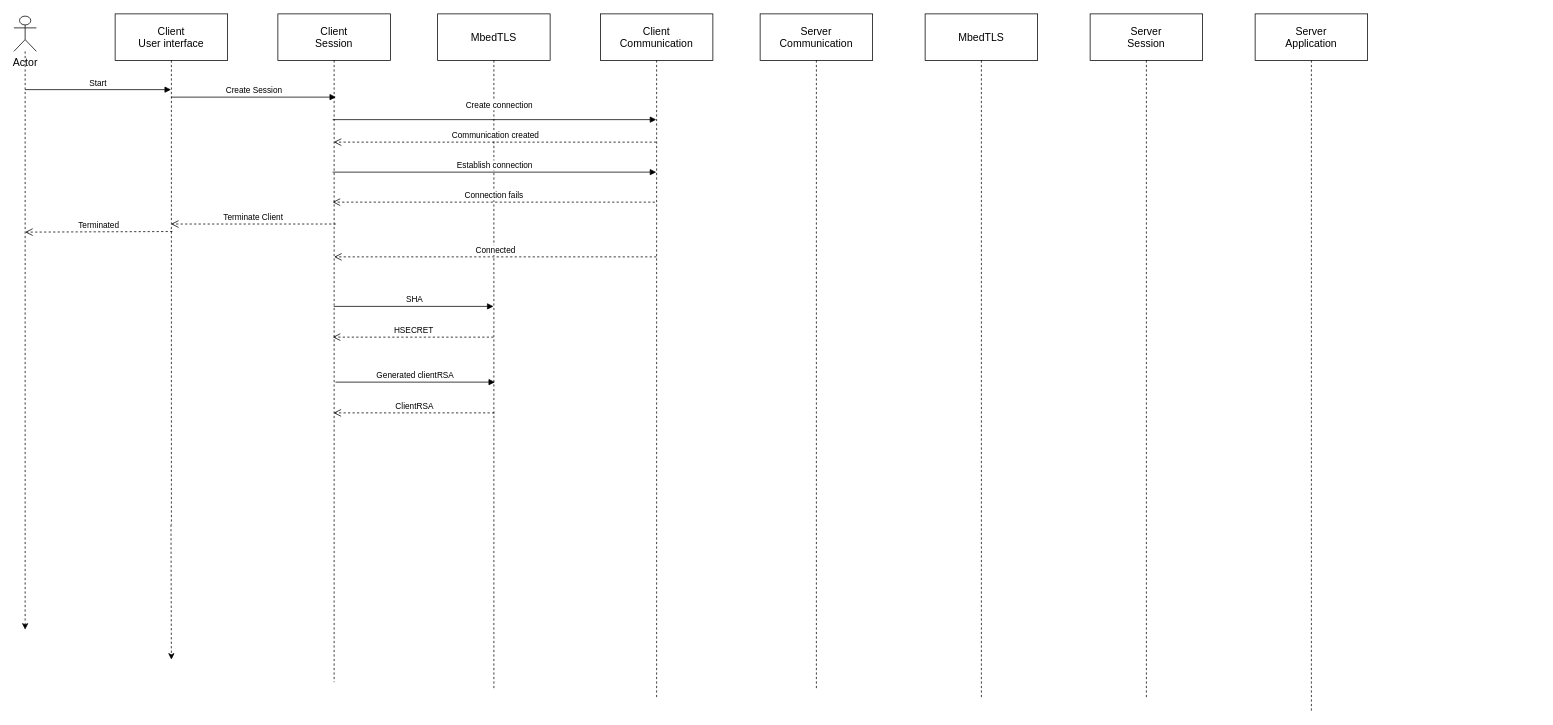
Above: docs/system_sequence_diagram.drawio in pernillamoreno/Exam-Security-Project (draw.io), before the change. Source tidied: cells renumbered, new cells numbered last; positions are measured from the earlier drawing's top-left corner, leaving out a move shared by most shapes. Both pictures are drawn from the tidied source at 75%, with x=0, y=0 at pixel (14, 14).
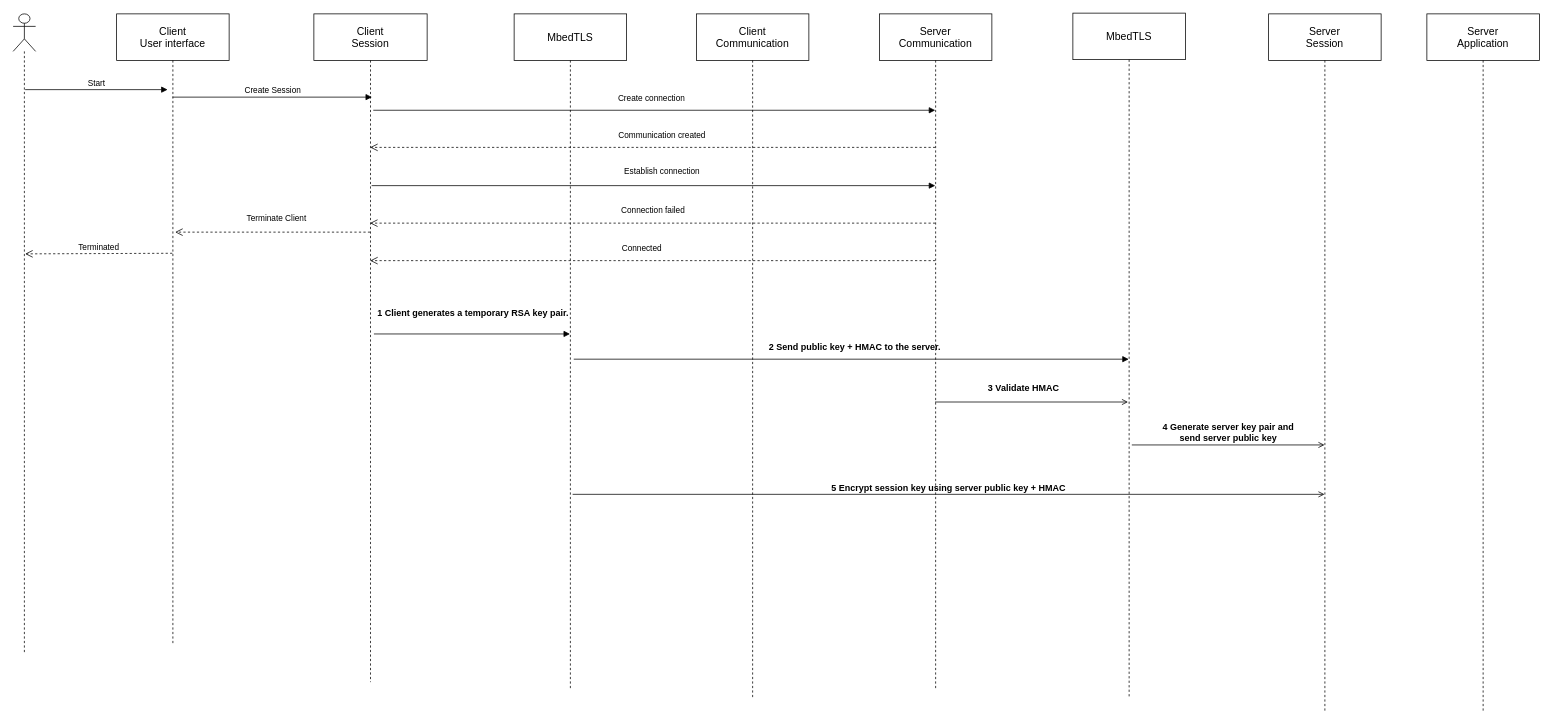
The same diagram, later.

Commit message:
add to sequence diagram

What changed in the source:
```diff
@@
-    <mxCell id="2" style="edgeStyle=none;html=1;dashed=1;" parent="1" edge="1" source="3">
-      <mxGeometry relative="1" as="geometry">
-        <mxPoint x="210" y="861" as="targetPoint" />
-      </mxGeometry>
-    </mxCell>
     <mxCell id="3" value="&lt;font style=&quot;font-size: 14px;&quot;&gt;Client&lt;br&gt;User interface&lt;br&gt;&lt;/font&gt;" style="shape=umlLifeline;perimeter=lifelinePerimeter;whiteSpace=wrap;html=1;outlineConnect=0;size=62;" parent="1" vertex="1">
-      <mxGeometry x="135" width="150" height="681" as="geometry" />
+      <mxGeometry x="137" width="150" height="841" as="geometry" />
     </mxCell>
     <mxCell id="4" value="&lt;font style=&quot;font-size: 14px;&quot;&gt;Client&lt;br&gt;Session&lt;/font&gt;" style="shape=umlLifeline;perimeter=lifelinePerimeter;whiteSpace=wrap;html=1;outlineConnect=0;size=62;" parent="1" vertex="1">
-      <mxGeometry x="352" width="150" height="891" as="geometry" />
+      <mxGeometry x="400" width="151" height="891" as="geometry" />
     </mxCell>
@@
+    <mxCell id="24" value="Terminate Client" style="html=1;verticalAlign=bottom;endArrow=open;dashed=1;endSize=8;" parent="4" edge="1" source="4">
+      <mxGeometry x="-0.04" y="-10" relative="1" as="geometry">
+        <mxPoint x="-185" y="291" as="targetPoint" />
+      </mxGeometry>
+    </mxCell>
     <mxCell id="6" value="&lt;span style=&quot;font-size: 14px;&quot;&gt;MbedTLS&lt;/span&gt;" style="shape=umlLifeline;perimeter=lifelinePerimeter;whiteSpace=wrap;html=1;outlineConnect=0;size=62;" parent="1" vertex="1">
-      <mxGeometry x="565" width="150" height="901" as="geometry" />
+      <mxGeometry x="667" width="150" height="901" as="geometry" />
     </mxCell>
-    <mxCell id="7" value="Create connection" style="html=1;verticalAlign=bottom;endArrow=block;" parent="6" edge="1" target="10">
-      <mxGeometry x="0.03" y="10" relative="1" as="geometry">
-        <mxPoint x="-140" y="141" as="sourcePoint" />
-      </mxGeometry>
-    </mxCell>
-    <mxCell id="8" value="Connection fails" style="html=1;verticalAlign=bottom;endArrow=open;dashed=1;endSize=8;" parent="6" edge="1">
-      <mxGeometry relative="1" as="geometry">
-        <mxPoint x="289.7" y="251" as="sourcePoint" />
-        <mxPoint x="-140" y="251" as="targetPoint" />
+    <mxCell id="8" value="Connection failed" style="html=1;verticalAlign=bottom;endArrow=open;dashed=1;endSize=8;" parent="6" edge="1" source="11">
+      <mxGeometry y="-8" relative="1" as="geometry">
+        <mxPoint x="-192.2" y="279" as="targetPoint" />
         <Array as="points">
-          <mxPoint x="78.2" y="251" />
+          <mxPoint x="78.2" y="279" />
         </Array>
       </mxGeometry>
     </mxCell>
-    <mxCell id="9" value="HSECRET" style="html=1;verticalAlign=bottom;endArrow=open;dashed=1;endSize=8;" parent="6" edge="1" source="6">
-      <mxGeometry relative="1" as="geometry">
-        <mxPoint x="-139.8" y="431" as="targetPoint" />
-      </mxGeometry>
-    </mxCell>
     <mxCell id="10" value="&lt;span style=&quot;font-size: 14px;&quot;&gt;Client&lt;br&gt;Communication&lt;br&gt;&lt;/span&gt;" style="shape=umlLifeline;perimeter=lifelinePerimeter;whiteSpace=wrap;html=1;outlineConnect=0;size=62;" parent="1" vertex="1">
-      <mxGeometry x="782" width="150" height="911" as="geometry" />
+      <mxGeometry x="910" width="150" height="911" as="geometry" />
     </mxCell>
+    <mxCell id="19" value="Establish connection" style="html=1;verticalAlign=bottom;endArrow=block;exitX=0.518;exitY=0.142;exitDx=0;exitDy=0;exitPerimeter=0;" parent="10" edge="1" target="11">
+      <mxGeometry x="0.03" y="10" relative="1" as="geometry">
+        <mxPoint x="-433" y="229" as="sourcePoint" />
+      </mxGeometry>
+    </mxCell>
     <mxCell id="11" value="&lt;span style=&quot;font-size: 14px;&quot;&gt;Server&lt;br&gt;Communication&lt;br&gt;&lt;/span&gt;" style="shape=umlLifeline;perimeter=lifelinePerimeter;whiteSpace=wrap;html=1;outlineConnect=0;size=62;" parent="1" vertex="1">
-      <mxGeometry x="995" width="150" height="901" as="geometry" />
+      <mxGeometry x="1154" width="150" height="901" as="geometry" />
     </mxCell>
     <mxCell id="12" value="&lt;span style=&quot;font-size: 14px;&quot;&gt;MbedTLS&lt;br&gt;&lt;/span&gt;" style="shape=umlLifeline;perimeter=lifelinePerimeter;whiteSpace=wrap;html=1;outlineConnect=0;size=62;" parent="1" vertex="1">
-      <mxGeometry x="1215" width="150" height="911" as="geometry" />
+      <mxGeometry x="1412" y="-1" width="150" height="911" as="geometry" />
     </mxCell>
-    <mxCell id="13" value="&lt;span style=&quot;font-size: 14px;&quot;&gt;Server&lt;br&gt;Session&lt;br&gt;&lt;/span&gt;" style="shape=umlLifeline;perimeter=lifelinePerimeter;whiteSpace=wrap;html=1;outlineConnect=0;size=62;" parent="1" vertex="1">
-      <mxGeometry x="1435" width="150" height="911" as="geometry" />
-    </mxCell>
     <mxCell id="14" value="&lt;span style=&quot;font-size: 14px;&quot;&gt;Server&lt;br&gt;Application&lt;br&gt;&lt;/span&gt;" style="shape=umlLifeline;perimeter=lifelinePerimeter;whiteSpace=wrap;html=1;size=62;" parent="1" vertex="1">
-      <mxGeometry x="1655" width="150" height="931" as="geometry" />
+      <mxGeometry x="1884" width="150" height="931" as="geometry" />
     </mxCell>
-    <mxCell id="15" style="edgeStyle=none;html=1;dashed=1;" parent="1" edge="1" source="16">
-      <mxGeometry relative="1" as="geometry">
-        <mxPoint x="15" y="821" as="targetPoint" />
-      </mxGeometry>
-    </mxCell>
-    <mxCell id="16" value="Actor" style="shape=umlActor;verticalLabelPosition=bottom;verticalAlign=top;html=1;fontSize=14;" parent="1" vertex="1">
-      <mxGeometry y="3" width="30" height="47" as="geometry" />
-    </mxCell>
     <mxCell id="17" value="Start" style="html=1;verticalAlign=bottom;endArrow=block;" parent="1" edge="1">
       <mxGeometry relative="1" as="geometry">
         <mxPoint x="15" y="101" as="sourcePoint" />
-        <mxPoint x="209.5" y="101" as="targetPoint" />
+        <mxPoint x="205" y="101" as="targetPoint" />
       </mxGeometry>
     </mxCell>
-    <mxCell id="18" value="SHA" style="html=1;verticalAlign=bottom;endArrow=block;" parent="1" edge="1" source="4">
-      <mxGeometry relative="1" as="geometry">
-        <mxPoint x="639.5" y="390" as="targetPoint" />
-      </mxGeometry>
-    </mxCell>
-    <mxCell id="19" value="Establish connection" style="html=1;verticalAlign=bottom;endArrow=block;" parent="1" edge="1" target="10">
-      <mxGeometry relative="1" as="geometry">
-        <mxPoint x="425" y="211" as="sourcePoint" />
-      </mxGeometry>
-    </mxCell>
-    <mxCell id="20" value="Communication created" style="html=1;verticalAlign=bottom;endArrow=open;dashed=1;endSize=8;" parent="1" edge="1" source="10" target="4">
-      <mxGeometry relative="1" as="geometry">
+    <mxCell id="20" value="Communication created" style="html=1;verticalAlign=bottom;endArrow=open;dashed=1;endSize=8;" parent="1" edge="1" source="11" target="4">
+      <mxGeometry x="-0.03" y="-7" relative="1" as="geometry">
         <Array as="points">
-          <mxPoint x="645" y="171" />
+          <mxPoint x="645" y="178" />
         </Array>
       </mxGeometry>
     </mxCell>
-    <mxCell id="21" value="Connected" style="html=1;verticalAlign=bottom;endArrow=open;dashed=1;endSize=8;" parent="1" edge="1">
-      <mxGeometry relative="1" as="geometry">
-        <mxPoint x="856.7" y="324" as="sourcePoint" />
-        <mxPoint x="427" y="324" as="targetPoint" />
+    <mxCell id="21" value="Connected" style="html=1;verticalAlign=bottom;endArrow=open;dashed=1;endSize=8;" parent="1" edge="1" source="11" target="4">
+      <mxGeometry x="0.04" y="-8" relative="1" as="geometry">
         <Array as="points">
-          <mxPoint x="645.2" y="324" />
+          <mxPoint x="650.2" y="329" />
         </Array>
       </mxGeometry>
     </mxCell>
-    <mxCell id="22" value="Generated clientRSA" style="html=1;verticalAlign=bottom;endArrow=block;" parent="1" edge="1">
-      <mxGeometry relative="1" as="geometry">
-        <mxPoint x="428.8" y="491" as="sourcePoint" />
-        <mxPoint x="641.5" y="491" as="targetPoint" />
-      </mxGeometry>
-    </mxCell>
-    <mxCell id="23" value="ClientRSA" style="html=1;verticalAlign=bottom;endArrow=open;dashed=1;endSize=8;" parent="1" edge="1">
-      <mxGeometry relative="1" as="geometry">
-        <mxPoint x="640.5" y="532" as="sourcePoint" />
-        <mxPoint x="426.2" y="532" as="targetPoint" />
-      </mxGeometry>
-    </mxCell>
-    <mxCell id="24" value="Terminate Client" style="html=1;verticalAlign=bottom;endArrow=open;dashed=1;endSize=8;" parent="1" edge="1" target="3">
-      <mxGeometry relative="1" as="geometry">
-        <mxPoint x="429.3" y="280.2" as="sourcePoint" />
-      </mxGeometry>
-    </mxCell>
     <mxCell id="25" value="Terminated" style="html=1;verticalAlign=bottom;endArrow=open;dashed=1;endSize=8;" parent="1" edge="1">
       <mxGeometry relative="1" as="geometry">
-        <mxPoint x="211.3" y="290.2" as="sourcePoint" />
-        <mxPoint x="15" y="291" as="targetPoint" />
+        <mxPoint x="211.3" y="319.2" as="sourcePoint" />
+        <mxPoint x="15" y="320" as="targetPoint" />
       </mxGeometry>
     </mxCell>
+    <mxCell id="26" style="shape=umlLifeline;participant=umlActor;perimeter=lifelinePerimeter;whiteSpace=wrap;html=1;verticalAlign=top;spacingTop=36;size=50;" parent="1" vertex="1">
+      <mxGeometry x="-1" width="30" height="851" as="geometry" />
+    </mxCell>
+    <mxCell id="27" value="&lt;font style=&quot;font-size: 12px;&quot;&gt;1 Client generates a temporary RSA key pair.&lt;/font&gt;" style="html=1;verticalAlign=bottom;labelBackgroundColor=none;endArrow=block;endFill=1;fontStyle=1;exitX=0.53;exitY=0.479;exitDx=0;exitDy=0;exitPerimeter=0;" parent="1" edge="1" source="4" target="6">
+      <mxGeometry x="0.01" y="19" relative="1" as="geometry" />
+    </mxCell>
+    <mxCell id="28" style="html=1;verticalAlign=bottom;labelBackgroundColor=none;endArrow=block;endFill=1;exitX=0.53;exitY=0.511;exitDx=0;exitDy=0;exitPerimeter=0;" parent="1" edge="1" source="6" target="12">
+      <mxGeometry relative="1" as="geometry" />
+    </mxCell>
+    <mxCell id="29" value="&lt;font style=&quot;font-size: 12px;&quot;&gt;&lt;b&gt;2 Send&amp;nbsp;public key + HMAC to the server.&lt;/b&gt;&lt;/font&gt;" style="text;whiteSpace=wrap;html=1;" parent="1" vertex="1">
+      <mxGeometry x="1005" y="430" width="270" height="40" as="geometry" />
+    </mxCell>
+    <mxCell id="7" value="Create connection" style="html=1;verticalAlign=bottom;endArrow=block;exitX=0.518;exitY=0.142;exitDx=0;exitDy=0;exitPerimeter=0;" parent="1" edge="1" target="11">
+      <mxGeometry x="-0.01" y="8" relative="1" as="geometry">
+        <mxPoint x="479.2" y="128.5" as="sourcePoint" />
+      </mxGeometry>
+    </mxCell>
+    <mxCell id="13" value="&lt;span style=&quot;font-size: 14px;&quot;&gt;Server&lt;br&gt;Session&lt;br&gt;&lt;/span&gt;" style="shape=umlLifeline;perimeter=lifelinePerimeter;whiteSpace=wrap;html=1;outlineConnect=0;size=62;" parent="1" vertex="1">
+      <mxGeometry x="1673" width="150" height="931" as="geometry" />
+    </mxCell>
+    <mxCell id="30" value="&lt;b&gt;3 Validate HMAC&lt;/b&gt;" style="html=1;verticalAlign=bottom;labelBackgroundColor=none;endArrow=open;endFill=0;fontSize=12;" parent="1" edge="1">
+      <mxGeometry x="-0.08" y="10" relative="1" as="geometry">
+        <mxPoint x="1228.2" y="517.5" as="sourcePoint" />
+        <mxPoint x="1485.5" y="517.5" as="targetPoint" />
+      </mxGeometry>
+    </mxCell>
+    <mxCell id="31" value="&lt;b&gt;4 Generate server key pair and &lt;br&gt;send server public key&lt;/b&gt;" style="html=1;verticalAlign=bottom;labelBackgroundColor=none;endArrow=open;endFill=0;fontSize=12;exitX=0.524;exitY=0.632;exitDx=0;exitDy=0;exitPerimeter=0;" parent="1" edge="1" source="12" target="13">
+      <mxGeometry relative="1" as="geometry" />
+    </mxCell>
+    <mxCell id="32" value="&lt;b&gt;5 Encrypt session key using server public key + HMAC&lt;/b&gt;" style="html=1;verticalAlign=bottom;labelBackgroundColor=none;endArrow=open;endFill=0;fontSize=12;exitX=0.52;exitY=0.711;exitDx=0;exitDy=0;exitPerimeter=0;" parent="1" edge="1" source="6" target="13">
+      <mxGeometry relative="1" as="geometry" />
+    </mxCell>
```
